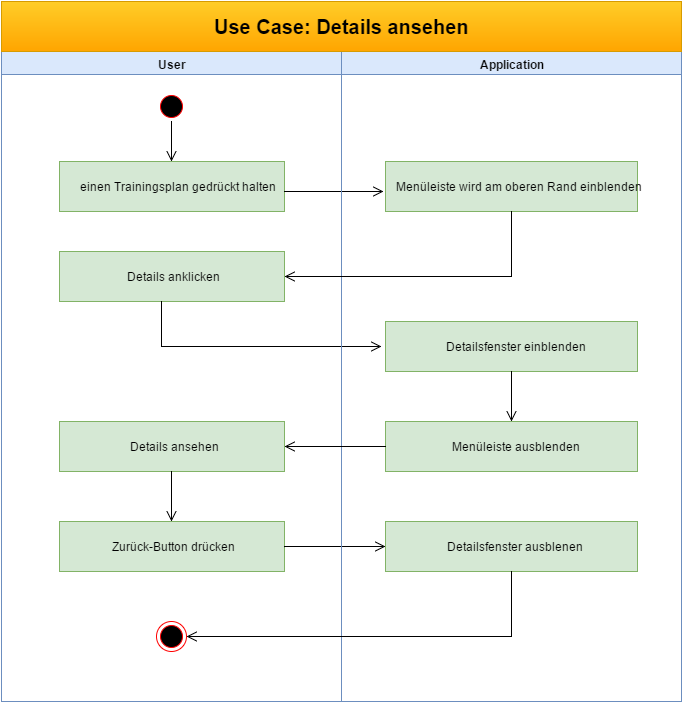
Earlier version of the draw.io export UCDs/Use Case- Details ansehen.png (MH0896/MuM-s-Fit). Source tidied: cells renumbered, new cells last; positions are measured from the earlier drawing's top-left corner, leaving out a move shared by most shapes.
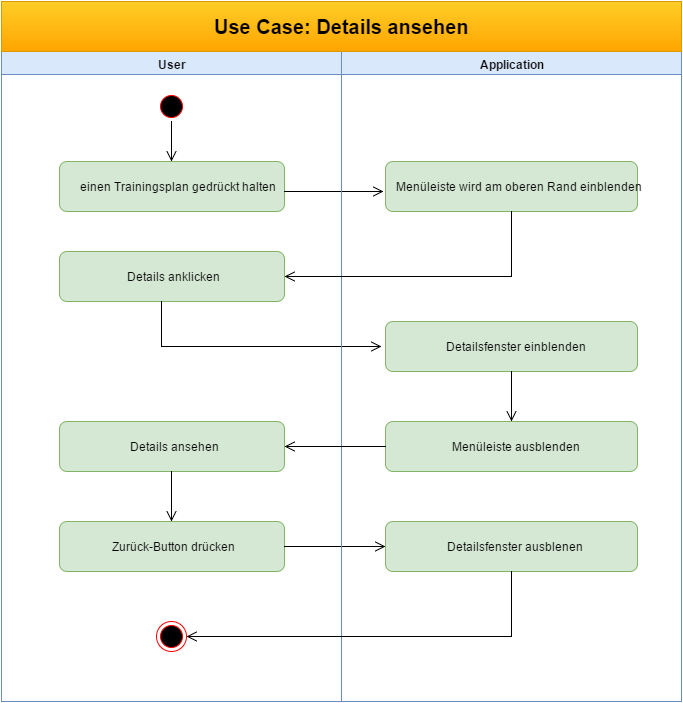
The same file after the commit.

The edit, as a diff of the source:
```diff
@@ -16,7 +16,7 @@
         </Array>
       </mxGeometry>
     </mxCell>
-    <mxCell id="5" value="einen Trainingsplan gedrückt halten" style="html=1;fillColor=#d5e8d4;strokeColor=#82b366;" parent="2" vertex="1">
+    <mxCell id="5" value="einen Trainingsplan gedrückt halten" style="html=1;fillColor=#d5e8d4;strokeColor=#82b366;rounded=1;" parent="2" vertex="1">
       <mxGeometry x="58" y="110" width="225" height="50" as="geometry" />
     </mxCell>
     <mxCell id="6" style="edgeStyle=elbowEdgeStyle;elbow=horizontal;verticalAlign=bottom;endArrow=open;endSize=8;strokeColor=#000000;endFill=1;rounded=0;html=1;exitX=0.5;exitY=1;entryX=-0.006;entryY=0.595;entryPerimeter=0;" parent="2" edge="1" target="15">
@@ -24,7 +24,7 @@
         <mxPoint x="283" y="140" as="sourcePoint" />
       </mxGeometry>
     </mxCell>
-    <mxCell id="7" value="Details anklicken" style="html=1;fillColor=#d5e8d4;strokeColor=#82b366;" parent="2" vertex="1">
+    <mxCell id="7" value="Details anklicken" style="html=1;fillColor=#d5e8d4;strokeColor=#82b366;rounded=1;" parent="2" vertex="1">
       <mxGeometry x="58" y="200" width="225" height="50" as="geometry" />
     </mxCell>
     <mxCell id="8" style="edgeStyle=elbowEdgeStyle;elbow=horizontal;verticalAlign=bottom;endArrow=open;endSize=8;strokeColor=#000000;endFill=1;rounded=0;html=1;" parent="2" edge="1">
@@ -36,10 +36,10 @@
         </Array>
       </mxGeometry>
     </mxCell>
-    <mxCell id="9" value="Details ansehen" style="html=1;fillColor=#d5e8d4;strokeColor=#82b366;" parent="2" vertex="1">
+    <mxCell id="9" value="Details ansehen" style="html=1;fillColor=#d5e8d4;strokeColor=#82b366;rounded=1;" parent="2" vertex="1">
       <mxGeometry x="58" y="370" width="225" height="50" as="geometry" />
     </mxCell>
-    <mxCell id="10" value="Zurück-Button drücken" style="html=1;fillColor=#d5e8d4;strokeColor=#82b366;" parent="2" vertex="1">
+    <mxCell id="10" value="Zurück-Button drücken" style="html=1;fillColor=#d5e8d4;strokeColor=#82b366;rounded=1;" parent="2" vertex="1">
       <mxGeometry x="58" y="470" width="225" height="50" as="geometry" />
     </mxCell>
     <mxCell id="11" style="edgeStyle=elbowEdgeStyle;elbow=horizontal;verticalAlign=bottom;endArrow=open;endSize=8;strokeColor=#000000;endFill=1;rounded=0;html=1;exitX=0.5;exitY=1;" parent="2" edge="1">
@@ -65,13 +65,13 @@
     <mxCell id="14" value="Application" style="swimlane;whiteSpace=wrap;html=1;fillColor=#dae8fc;strokeColor=#6c8ebf;" parent="1" vertex="1">
       <mxGeometry x="340" y="50" width="340" height="650" as="geometry" />
     </mxCell>
-    <mxCell id="15" value="Menüleiste wird am oberen Rand einblenden" style="html=1;fillColor=#d5e8d4;strokeColor=#82b366;" parent="14" vertex="1">
+    <mxCell id="15" value="Menüleiste wird am oberen Rand einblenden" style="html=1;fillColor=#d5e8d4;strokeColor=#82b366;rounded=1;" parent="14" vertex="1">
       <mxGeometry x="44" y="110" width="252" height="50" as="geometry" />
     </mxCell>
-    <mxCell id="16" value="Detailsfenster einblenden" style="html=1;fillColor=#d5e8d4;strokeColor=#82b366;" parent="14" vertex="1">
+    <mxCell id="16" value="Detailsfenster einblenden" style="html=1;fillColor=#d5e8d4;strokeColor=#82b366;rounded=1;" parent="14" vertex="1">
       <mxGeometry x="44" y="270" width="252" height="50" as="geometry" />
     </mxCell>
-    <mxCell id="17" value="Menüleiste ausblenden" style="html=1;fillColor=#d5e8d4;strokeColor=#82b366;" parent="14" vertex="1">
+    <mxCell id="17" value="Menüleiste ausblenden" style="html=1;fillColor=#d5e8d4;strokeColor=#82b366;rounded=1;" parent="14" vertex="1">
       <mxGeometry x="44" y="370" width="252" height="50" as="geometry" />
     </mxCell>
     <mxCell id="18" style="edgeStyle=elbowEdgeStyle;elbow=horizontal;verticalAlign=bottom;endArrow=open;endSize=8;strokeColor=#000000;endFill=1;rounded=0;html=1;exitX=0.5;exitY=1;" parent="14" edge="1">
@@ -83,7 +83,7 @@
         </Array>
       </mxGeometry>
     </mxCell>
-    <mxCell id="19" value="Detailsfenster ausblenen" style="html=1;fillColor=#d5e8d4;strokeColor=#82b366;" parent="14" vertex="1">
+    <mxCell id="19" value="Detailsfenster ausblenen" style="html=1;fillColor=#d5e8d4;strokeColor=#82b366;rounded=1;" parent="14" vertex="1">
       <mxGeometry x="44" y="470" width="252" height="50" as="geometry" />
     </mxCell>
     <mxCell id="20" style="edgeStyle=elbowEdgeStyle;elbow=horizontal;verticalAlign=bottom;endArrow=open;endSize=8;strokeColor=#000000;endFill=1;rounded=0;html=1;exitX=0.5;exitY=1;entryX=1;entryY=0.5;" parent="14" edge="1" target="13">
```
